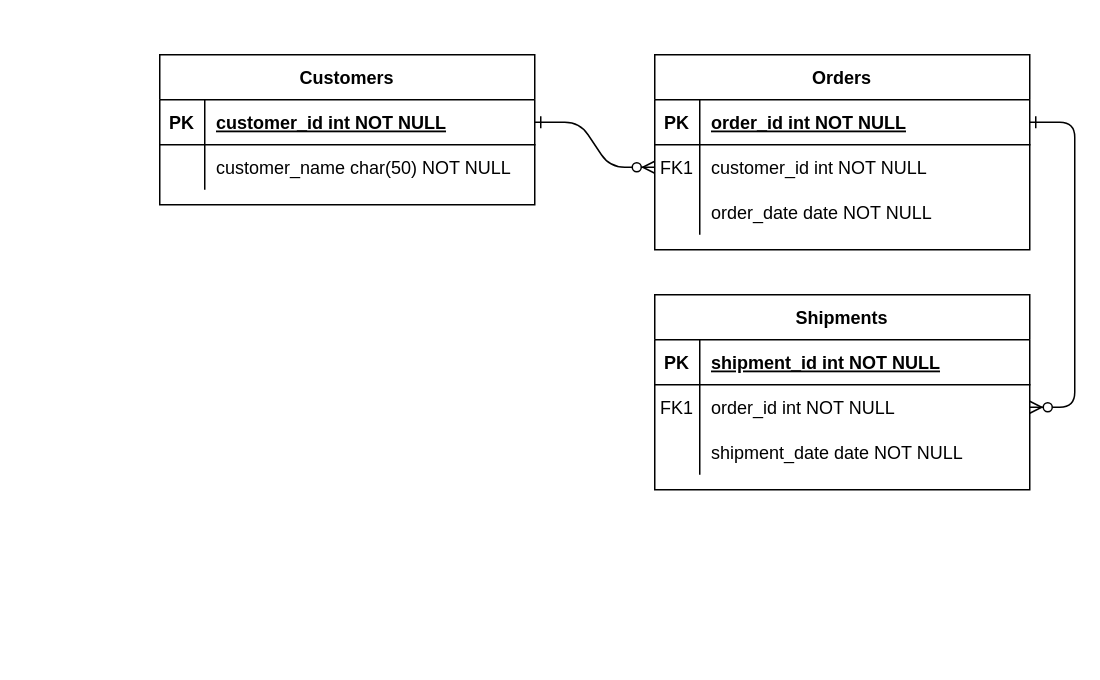
Earlier version of the draw.io diagram src/db-er-rbac-abac.drawio (isfomin/diagrams). Source tidied: cells renumbered, new cells numbered last; positions are measured from the earlier drawing's top-left corner, leaving out a move shared by most shapes. Both pictures are drawn from the tidied source at 150%, with x=0, y=0 at pixel (159, 54).
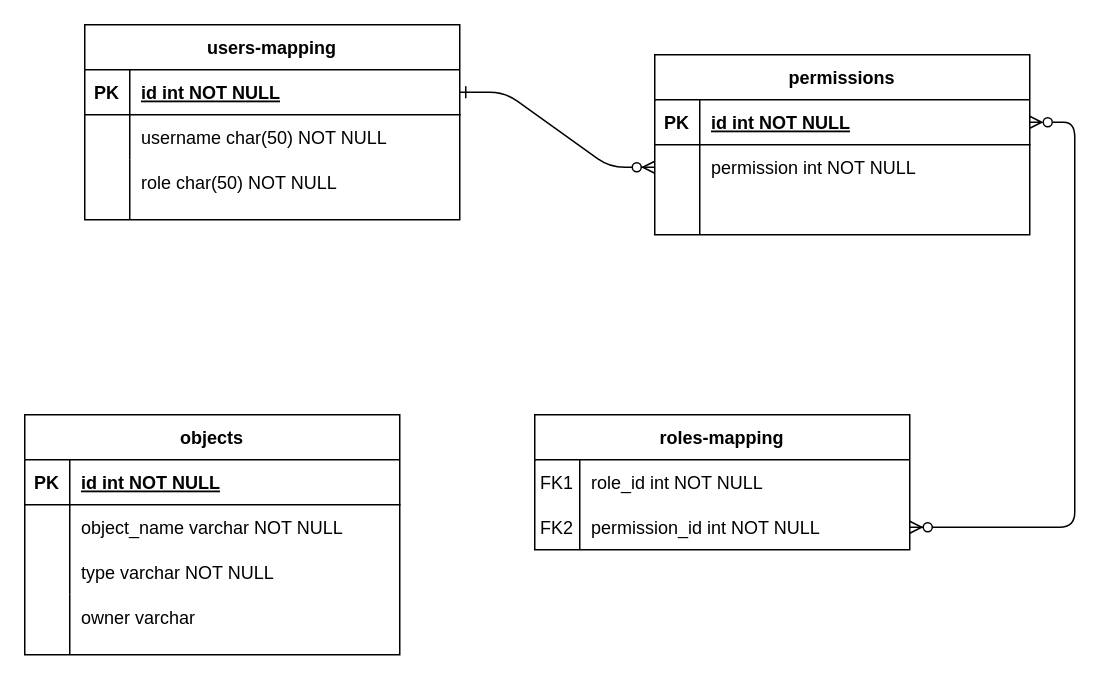
The same diagram, later.

The change refers to these unchanged cells:
```xml
<mxCell id="5" style="shape=partialRectangle;fillColor=none;points=[[0,0.5],[1,0.5]];portConstraint=eastwest;top=0;left=0;right=0;bottom=1;" parent="4" vertex="1">
  <mxGeometry y="30" width="250" height="30" as="geometry" />
</mxCell>
<mxCell id="8" style="shape=partialRectangle;fillColor=none;points=[[0,0.5],[1,0.5]];portConstraint=eastwest;top=0;left=0;right=0;bottom=0;" parent="4" vertex="1">
  <mxGeometry y="60" width="250" height="30" as="geometry" />
</mxCell>
<mxCell id="11" style="shape=partialRectangle;fillColor=none;top=0;left=0;right=0;bottom=0;" parent="4" vertex="1">
  <mxGeometry y="90" width="250" height="30" as="geometry" />
</mxCell>
<mxCell id="25" style="shape=partialRectangle;fillColor=none;points=[[0,0.5],[1,0.5]];portConstraint=eastwest;top=0;left=0;right=0;bottom=1;" parent="24" vertex="1">
  <mxGeometry y="30" width="250" height="30" as="geometry" />
</mxCell>
<mxCell id="28" style="shape=partialRectangle;fillColor=none;top=0;left=0;right=0;bottom=0;" parent="24" vertex="1">
  <mxGeometry y="60" width="250" height="30" as="geometry" />
</mxCell>
```

What changed in the source:
```diff
@@
-    <mxCell id="3" style="edgeStyle=entityRelationEdgeStyle;endArrow=ERzeroToMany;startArrow=ERone;endFill=1;startFill=0;" parent="1" edge="1" source="5" target="18">
+    <mxCell id="3" style="edgeStyle=entityRelationEdgeStyle;endArrow=ERzeroToMany;startArrow=ERzeroToMany;endFill=1;startFill=0;entryX=1;entryY=0.5;entryDx=0;entryDy=0;" parent="1" edge="1" source="5" target="21">
       <mxGeometry relative="1" as="geometry" />
     </mxCell>
-    <mxCell id="4" value="Orders" style="shape=table;startSize=30;childLayout=tableLayout;rowLines=0;fontStyle=1;align=center;" parent="1" vertex="1">
-      <mxGeometry x="330" width="250" height="130" as="geometry" />
+    <mxCell id="4" value="permissions" style="shape=table;startSize=30;childLayout=tableLayout;rowLines=0;fontStyle=1;align=center;" parent="1" vertex="1">
+      <mxGeometry x="330" width="250" height="120" as="geometry" />
     </mxCell>
@@
-    <mxCell id="7" value="order_id int NOT NULL " style="shape=partialRectangle;overflow=hidden;fillColor=none;top=0;left=0;bottom=0;right=0;align=left;spacingLeft=6;fontStyle=5;" parent="5" vertex="1">
+    <mxCell id="7" value="id int NOT NULL " style="shape=partialRectangle;overflow=hidden;fillColor=none;top=0;left=0;bottom=0;right=0;align=left;spacingLeft=6;fontStyle=5;" parent="5" vertex="1">
       <mxGeometry x="30" width="220" height="30" as="geometry" />
     </mxCell>
@@
-    <mxCell id="9" value="FK1" style="shape=partialRectangle;overflow=hidden;fillColor=none;top=0;left=0;bottom=0;right=0;" parent="8" vertex="1">
+    <mxCell id="9" style="shape=partialRectangle;overflow=hidden;fillColor=none;top=0;left=0;bottom=0;right=0;" parent="8" vertex="1">
       <mxGeometry width="30" height="30" as="geometry" />
     </mxCell>
-    <mxCell id="10" value="customer_id int NOT NULL" style="shape=partialRectangle;overflow=hidden;fillColor=none;top=0;left=0;bottom=0;right=0;align=left;spacingLeft=6;" parent="8" vertex="1">
+    <mxCell id="10" value="permission int NOT NULL" style="shape=partialRectangle;overflow=hidden;fillColor=none;top=0;left=0;bottom=0;right=0;align=left;spacingLeft=6;" parent="8" vertex="1">
       <mxGeometry x="30" width="220" height="30" as="geometry" />
     </mxCell>
@@
-    <mxCell id="13" value="order_date date NOT NULL" style="shape=partialRectangle;overflow=hidden;fillColor=none;top=0;left=0;bottom=0;right=0;align=left;spacingLeft=6;" parent="11" vertex="1">
+    <mxCell id="13" style="shape=partialRectangle;overflow=hidden;fillColor=none;top=0;left=0;bottom=0;right=0;align=left;spacingLeft=6;" parent="11" vertex="1">
       <mxGeometry x="30" width="220" height="30" as="geometry" />
     </mxCell>
-    <mxCell id="14" value="Shipments" style="shape=table;startSize=30;childLayout=tableLayout;rowLines=0;fontStyle=1;align=center;" parent="1" vertex="1">
-      <mxGeometry x="330" y="160" width="250" height="130" as="geometry" />
+    <mxCell id="14" value="roles-mapping" style="shape=table;startSize=30;childLayout=tableLayout;rowLines=0;fontStyle=1;align=center;columnLines=1;" parent="1" vertex="1">
+      <mxGeometry x="250" y="240" width="250" height="90" as="geometry" />
     </mxCell>
-    <mxCell id="15" style="shape=partialRectangle;fillColor=none;top=0;left=0;right=0;bottom=1;" parent="14" vertex="1">
-      <mxGeometry y="30" width="250" height="30" as="geometry" />
-    </mxCell>
-    <mxCell id="16" value="PK" style="shape=partialRectangle;overflow=hidden;fillColor=none;top=0;left=0;bottom=0;right=0;fontStyle=1;" parent="15" vertex="1">
-      <mxGeometry width="30" height="30" as="geometry" />
-    </mxCell>
-    <mxCell id="17" value="shipment_id int NOT NULL " style="shape=partialRectangle;overflow=hidden;fillColor=none;top=0;left=0;bottom=0;right=0;align=left;spacingLeft=6;fontStyle=5;" parent="15" vertex="1">
-      <mxGeometry x="30" width="220" height="30" as="geometry" />
-    </mxCell>
     <mxCell id="18" style="shape=partialRectangle;fillColor=none;points=[[0,0.5],[1,0.5]];portConstraint=eastwest;top=0;left=0;right=0;bottom=0;" parent="14" vertex="1">
-      <mxGeometry y="60" width="250" height="30" as="geometry" />
+      <mxGeometry y="30" width="250" height="30" as="geometry" />
     </mxCell>
@@
-    <mxCell id="20" value="order_id int NOT NULL" style="shape=partialRectangle;overflow=hidden;fillColor=none;top=0;left=0;bottom=0;right=0;align=left;spacingLeft=6;" parent="18" vertex="1">
+    <mxCell id="20" value="role_id int NOT NULL" style="shape=partialRectangle;overflow=hidden;fillColor=none;top=0;left=0;bottom=0;right=0;align=left;spacingLeft=6;" parent="18" vertex="1">
       <mxGeometry x="30" width="220" height="30" as="geometry" />
     </mxCell>
     <mxCell id="21" style="shape=partialRectangle;fillColor=none;points=[[0,0.5],[1,0.5]];portConstraint=eastwest;top=0;left=0;right=0;bottom=0;" parent="14" vertex="1">
-      <mxGeometry y="90" width="250" height="30" as="geometry" />
+      <mxGeometry y="60" width="250" height="30" as="geometry" />
     </mxCell>
-    <mxCell id="22" style="shape=partialRectangle;overflow=hidden;fillColor=none;top=0;left=0;bottom=0;right=0;" parent="21" vertex="1">
+    <mxCell id="22" value="FK2" style="shape=partialRectangle;overflow=hidden;fillColor=none;top=0;left=0;bottom=0;right=0;" parent="21" vertex="1">
       <mxGeometry width="30" height="30" as="geometry" />
     </mxCell>
-    <mxCell id="23" value="shipment_date date NOT NULL" style="shape=partialRectangle;overflow=hidden;fillColor=none;top=0;left=0;bottom=0;right=0;align=left;spacingLeft=6;" parent="21" vertex="1">
+    <mxCell id="23" value="permission_id int NOT NULL" style="shape=partialRectangle;overflow=hidden;fillColor=none;top=0;left=0;bottom=0;right=0;align=left;spacingLeft=6;" parent="21" vertex="1">
       <mxGeometry x="30" width="220" height="30" as="geometry" />
     </mxCell>
-    <mxCell id="24" value="Customers" style="shape=table;startSize=30;childLayout=tableLayout;rowLines=0;fontStyle=1;align=center;" parent="1" vertex="1">
-      <mxGeometry width="250" height="100" as="geometry" />
+    <mxCell id="24" value="users-mapping" style="shape=table;startSize=30;childLayout=tableLayout;rowLines=0;fontStyle=1;align=center;" parent="1" vertex="1">
+      <mxGeometry x="-50" y="-20" width="250" height="130" as="geometry" />
     </mxCell>
@@
-    <mxCell id="27" value="customer_id int NOT NULL " style="shape=partialRectangle;overflow=hidden;fillColor=none;top=0;left=0;bottom=0;right=0;align=left;spacingLeft=6;fontStyle=5;" parent="25" vertex="1">
+    <mxCell id="27" value="id int NOT NULL " style="shape=partialRectangle;overflow=hidden;fillColor=none;top=0;left=0;bottom=0;right=0;align=left;spacingLeft=6;fontStyle=5;" parent="25" vertex="1">
       <mxGeometry x="30" width="220" height="30" as="geometry" />
     </mxCell>
@@
-    <mxCell id="30" value="customer_name char(50) NOT NULL" style="shape=partialRectangle;overflow=hidden;fillColor=none;top=0;left=0;bottom=0;right=0;align=left;spacingLeft=6;" parent="28" vertex="1">
+    <mxCell id="30" value="username char(50) NOT NULL" style="shape=partialRectangle;overflow=hidden;fillColor=none;top=0;left=0;bottom=0;right=0;align=left;spacingLeft=6;" parent="28" vertex="1">
       <mxGeometry x="30" width="220" height="30" as="geometry" />
     </mxCell>
+    <mxCell id="31" value="objects" style="shape=table;startSize=30;childLayout=tableLayout;rowLines=0;fontStyle=1;align=center;" parent="1" vertex="1">
+      <mxGeometry x="-90" y="240" width="250" height="160" as="geometry" />
+    </mxCell>
+    <mxCell id="15" style="shape=partialRectangle;fillColor=none;top=0;left=0;right=0;bottom=1;" parent="31" vertex="1">
+      <mxGeometry y="30" width="250" height="30" as="geometry" />
+    </mxCell>
+    <mxCell id="16" value="PK" style="shape=partialRectangle;overflow=hidden;fillColor=none;top=0;left=0;bottom=0;right=0;fontStyle=1;" parent="15" vertex="1">
+      <mxGeometry width="30" height="30" as="geometry" />
+    </mxCell>
+    <mxCell id="32" value="id int NOT NULL " style="shape=partialRectangle;overflow=hidden;fillColor=none;top=0;left=0;bottom=0;right=0;align=left;spacingLeft=6;fontStyle=5;" parent="15" vertex="1">
+      <mxGeometry x="30" width="220" height="30" as="geometry" />
+    </mxCell>
+    <mxCell id="33" style="shape=partialRectangle;fillColor=none;top=0;left=0;right=0;bottom=0;" parent="31" vertex="1">
+      <mxGeometry y="60" width="250" height="30" as="geometry" />
+    </mxCell>
+    <mxCell id="34" style="shape=partialRectangle;overflow=hidden;fillColor=none;top=0;left=0;bottom=0;right=0;" parent="33" vertex="1">
+      <mxGeometry width="30" height="30" as="geometry" />
+    </mxCell>
+    <mxCell id="35" value="object_name varchar NOT NULL" style="shape=partialRectangle;overflow=hidden;fillColor=none;top=0;left=0;bottom=0;right=0;align=left;spacingLeft=6;" parent="33" vertex="1">
+      <mxGeometry x="30" width="220" height="30" as="geometry" />
+    </mxCell>
+    <mxCell id="36" style="shape=partialRectangle;fillColor=none;top=0;left=0;right=0;bottom=0;" parent="31" vertex="1">
+      <mxGeometry y="90" width="250" height="30" as="geometry" />
+    </mxCell>
+    <mxCell id="37" style="shape=partialRectangle;overflow=hidden;fillColor=none;top=0;left=0;bottom=0;right=0;" parent="36" vertex="1">
+      <mxGeometry width="30" height="30" as="geometry" />
+    </mxCell>
+    <mxCell id="38" value="type varchar NOT NULL" style="shape=partialRectangle;overflow=hidden;fillColor=none;top=0;left=0;bottom=0;right=0;align=left;spacingLeft=6;" parent="36" vertex="1">
+      <mxGeometry x="30" width="220" height="30" as="geometry" />
+    </mxCell>
+    <mxCell id="39" style="shape=partialRectangle;fillColor=none;top=0;left=0;right=0;bottom=0;" parent="1" vertex="1">
+      <mxGeometry x="-90" y="360" width="250" height="30" as="geometry" />
+    </mxCell>
+    <mxCell id="40" style="shape=partialRectangle;overflow=hidden;fillColor=none;top=0;left=0;bottom=0;right=0;" parent="39" vertex="1">
+      <mxGeometry width="30" height="30" as="geometry" />
+    </mxCell>
+    <mxCell id="41" value="owner varchar" style="shape=partialRectangle;overflow=hidden;fillColor=none;top=0;left=0;bottom=0;right=0;align=left;spacingLeft=6;" parent="39" vertex="1">
+      <mxGeometry x="30" width="220" height="30" as="geometry" />
+    </mxCell>
+    <mxCell id="42" style="endArrow=none;html=1;rounded=0;" parent="1" edge="1">
+      <mxGeometry relative="1" as="geometry">
+        <mxPoint x="-60" y="400" as="sourcePoint" />
+        <mxPoint x="-60" y="360" as="targetPoint" />
+      </mxGeometry>
+    </mxCell>
+    <mxCell id="43" style="shape=partialRectangle;fillColor=none;top=0;left=0;right=0;bottom=0;" parent="1" vertex="1">
+      <mxGeometry x="-40" y="50" width="250" height="30" as="geometry" />
+    </mxCell>
+    <mxCell id="44" style="shape=partialRectangle;overflow=hidden;fillColor=none;top=0;left=0;bottom=0;right=0;" parent="43" vertex="1">
+      <mxGeometry width="30" height="30" as="geometry" />
+    </mxCell>
+    <mxCell id="45" value="role char(50) NOT NULL" style="shape=partialRectangle;overflow=hidden;fillColor=none;top=0;left=0;bottom=0;right=0;align=left;spacingLeft=6;" parent="1" vertex="1">
+      <mxGeometry x="-20" y="70" width="220" height="30" as="geometry" />
+    </mxCell>
+    <mxCell id="46" style="endArrow=none;html=1;rounded=0;" parent="1" edge="1">
+      <mxGeometry relative="1" as="geometry">
+        <mxPoint x="-20" y="110" as="sourcePoint" />
+        <mxPoint x="-20" y="70" as="targetPoint" />
+      </mxGeometry>
+    </mxCell>
```
